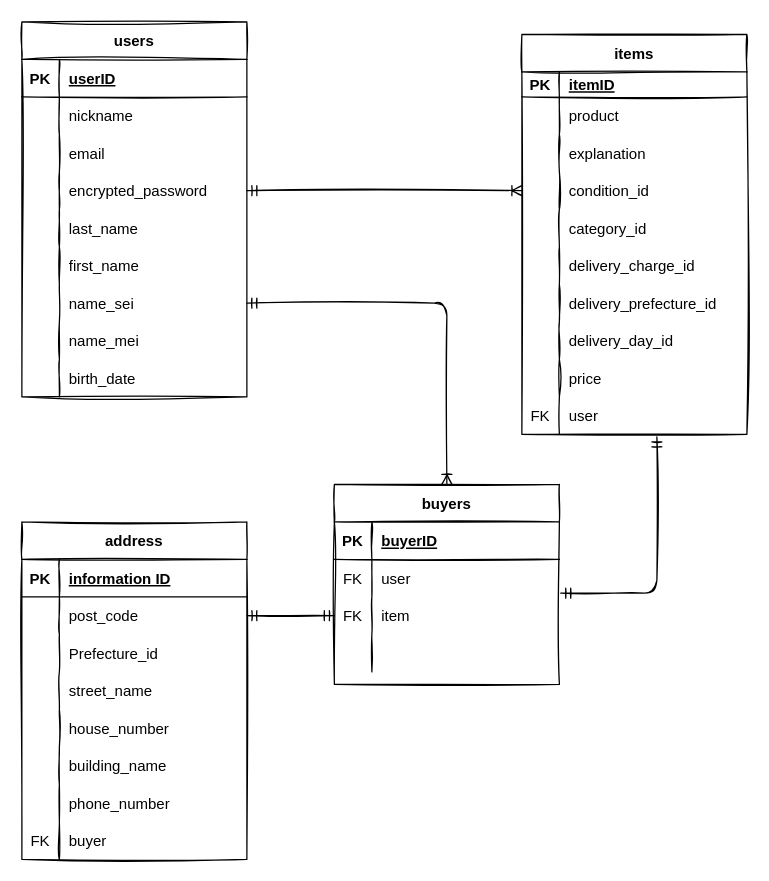
This is furima.dio from akira-no/furima-38113, a draw.io file, before an edit. Source tidied: cells renumbered, new cells numbered last; positions are measured from the earlier drawing's top-left corner, leaving out a move shared by most shapes. Both pictures are drawn from the tidied source at 125%, with x=0, y=0 at pixel (21, 21).
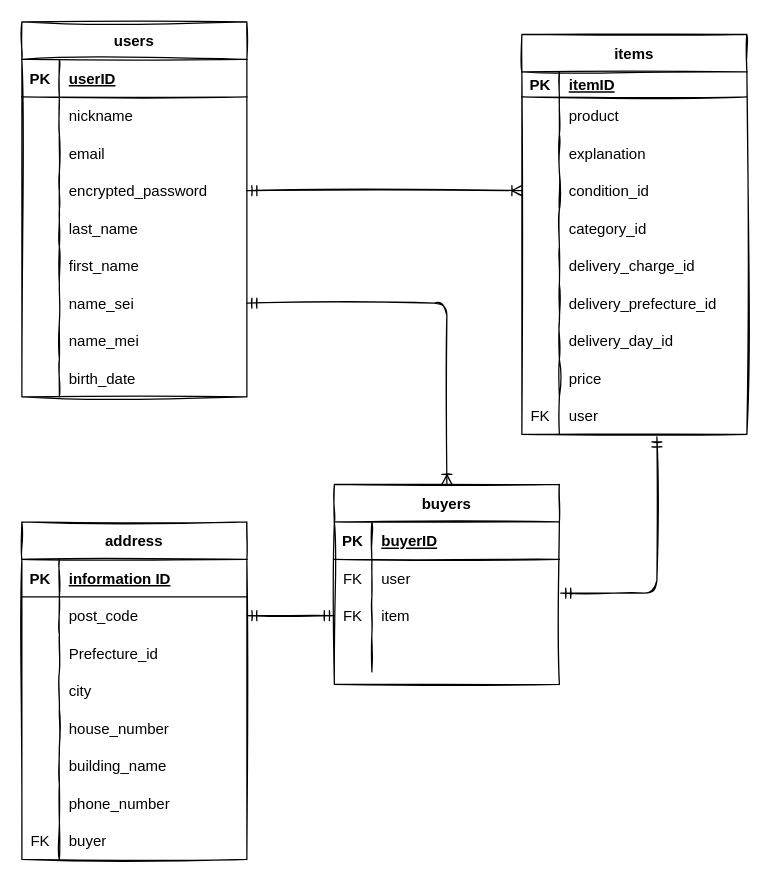
After the change.

Unchanged cells that the change refers to:
```xml
<mxCell id="40" style="shape=partialRectangle;fillColor=none;top=0;left=0;bottom=0;right=0;sketch=1;" parent="30" vertex="1">
  <mxGeometry y="120" width="180" height="30" as="geometry" />
</mxCell>
```

What changed in the source:
```diff
@@
-    <mxCell id="42" value="street_name" style="shape=partialRectangle;fillColor=none;top=0;left=0;bottom=0;right=0;align=left;spacingLeft=6;overflow=hidden;sketch=1;" parent="40" vertex="1">
+    <mxCell id="42" value="city" style="shape=partialRectangle;fillColor=none;top=0;left=0;bottom=0;right=0;align=left;spacingLeft=6;overflow=hidden;sketch=1;" parent="40" vertex="1">
       <mxGeometry x="30" width="150" height="30" as="geometry" />
     </mxCell>
```
